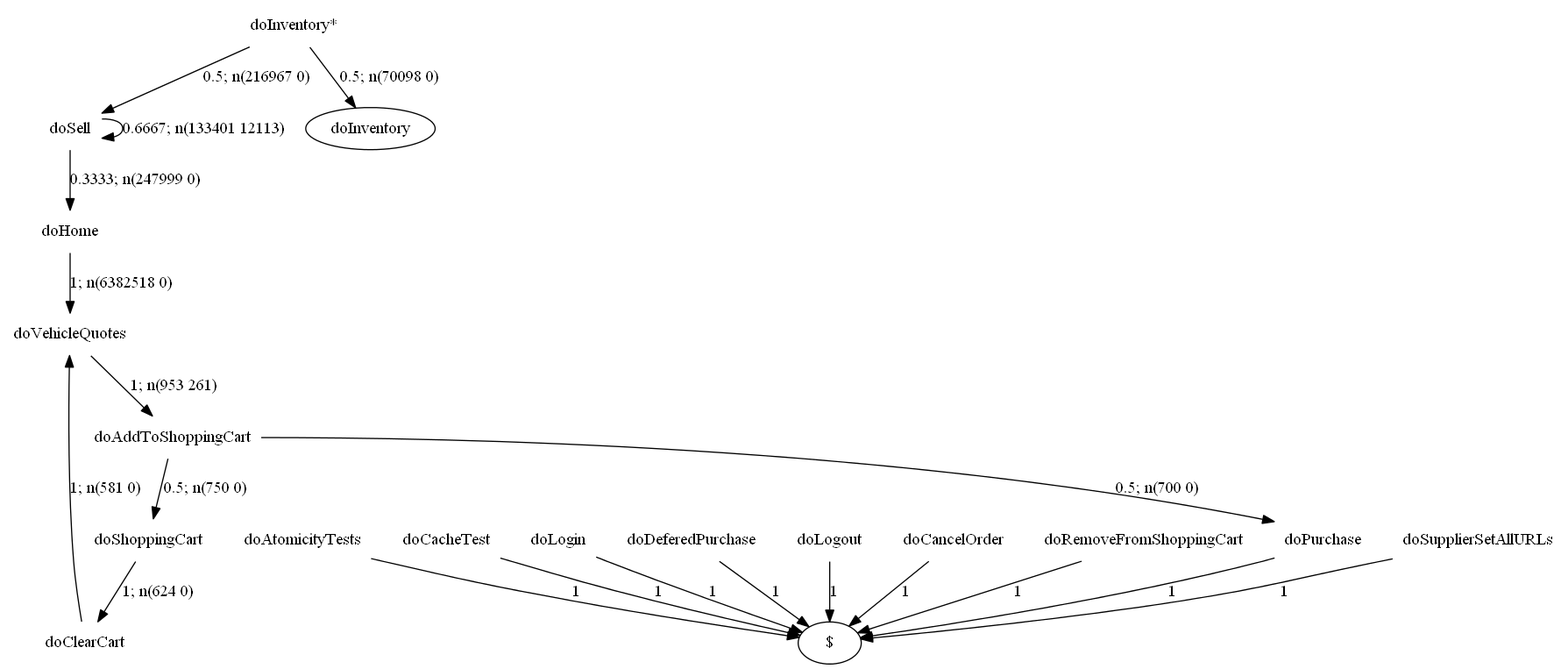
Before: examples/specj/visualization/none/graph207.png, a diagram exported from Graphviz (alperhi/wessbas.behaviorModelExtractor). Its source is kept beside it as examples/specj/output/none/graph207.dot.
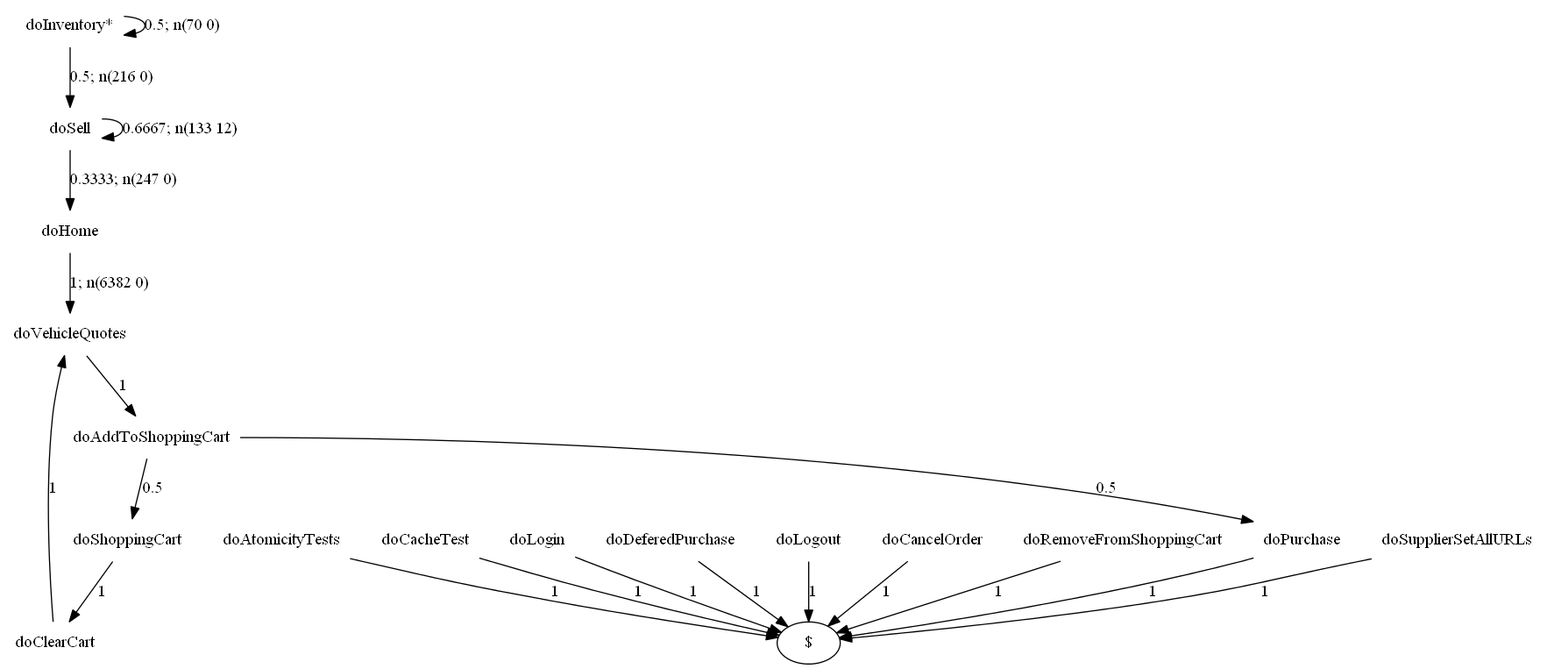
The same diagram one commit later.

Diff of the diagram source:
```diff
@@ -15,22 +15,22 @@
 "doLogout" [label="doLogout",shape=none];
 "doCancelOrder" [label="doCancelOrder",shape=none];
 "doRemoveFromShoppingCart" [label="doRemoveFromShoppingCart",shape=none];
-"doInventory*"->"doInventory" [style=solid,label="0.5; n(70098 0)"];
-"doInventory*"->"doSell" [style=solid,label="0.5; n(216967 0)"];
+"doInventory*"->"doInventory*" [style=solid,label="0.5; n(70 0)"];
+"doInventory*"->"doSell" [style=solid,label="0.5; n(216 0)"];
 "doSupplierSetAllURLs"->"$" [style=solid,label="1"];
 "doAtomicityTests"->"$" [style=solid,label="1"];
 "doCacheTest"->"$" [style=solid,label="1"];
 "doLogin"->"$" [style=solid,label="1"];
-"doVehicleQuotes"->"doAddToShoppingCart" [style=solid,label="1; n(953 261)"];
-"doAddToShoppingCart"->"doShoppingCart" [style=solid,label="0.5; n(750 0)"];
-"doAddToShoppingCart"->"doPurchase" [style=solid,label="0.5; n(700 0)"];
+"doVehicleQuotes"->"doAddToShoppingCart" [style=solid,label="1"];
+"doAddToShoppingCart"->"doShoppingCart" [style=solid,label="0.5"];
+"doAddToShoppingCart"->"doPurchase" [style=solid,label="0.5"];
 "doDeferedPurchase"->"$" [style=solid,label="1"];
-"doHome"->"doVehicleQuotes" [style=solid,label="1; n(6382518 0)"];
-"doShoppingCart"->"doClearCart" [style=solid,label="1; n(624 0)"];
-"doClearCart"->"doVehicleQuotes" [style=solid,label="1; n(581 0)"];
+"doHome"->"doVehicleQuotes" [style=solid,label="1; n(6382 0)"];
+"doShoppingCart"->"doClearCart" [style=solid,label="1"];
+"doClearCart"->"doVehicleQuotes" [style=solid,label="1"];
 "doPurchase"->"$" [style=solid,label="1"];
-"doSell"->"doHome" [style=solid,label="0.3333; n(247999 0)"];
-"doSell"->"doSell" [style=solid,label="0.6667; n(133401 12113)"];
+"doSell"->"doHome" [style=solid,label="0.3333; n(247 0)"];
+"doSell"->"doSell" [style=solid,label="0.6667; n(133 12)"];
 "doLogout"->"$" [style=solid,label="1"];
 "doCancelOrder"->"$" [style=solid,label="1"];
 "doRemoveFromShoppingCart"->"$" [style=solid,label="1"];
```
